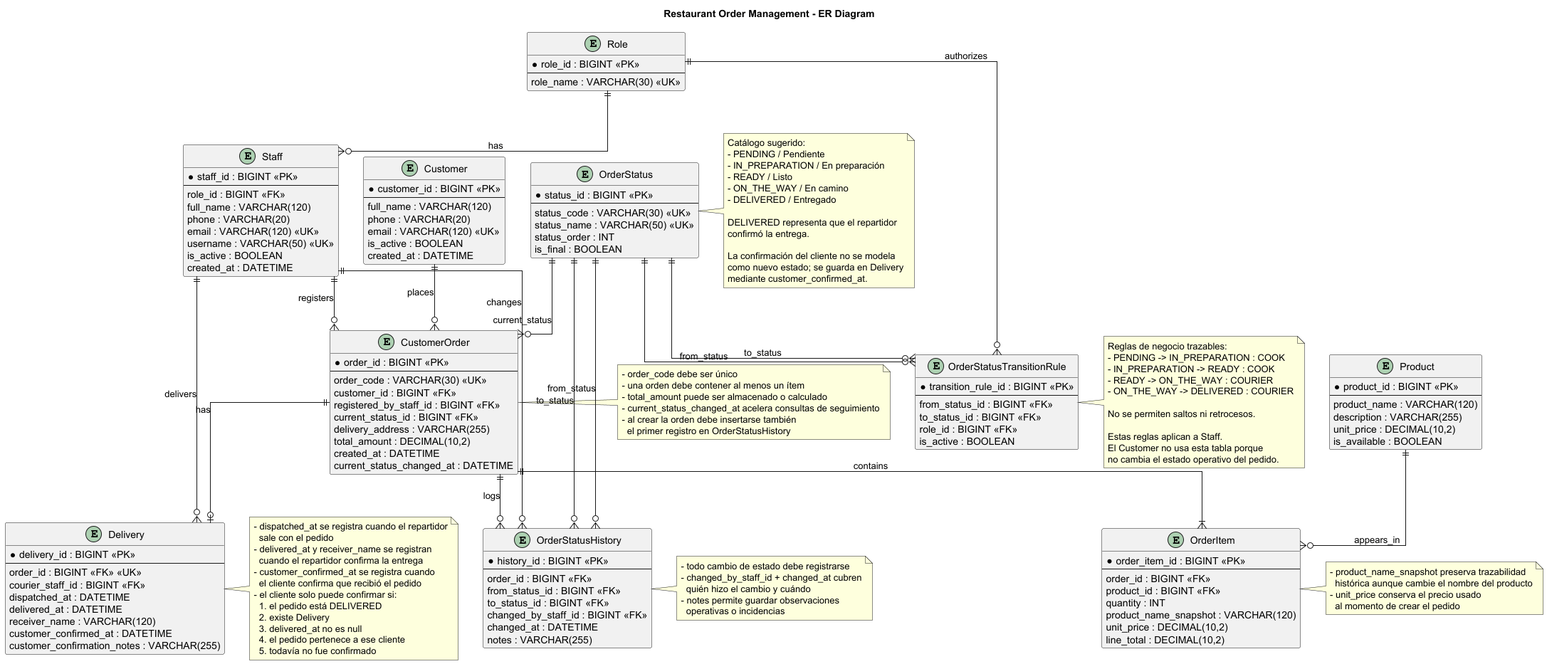
michael-lxndr/AP-first-bimester-project keeps this PlantUML diagram as assets/ER Diagram.png. Above is the earlier version.
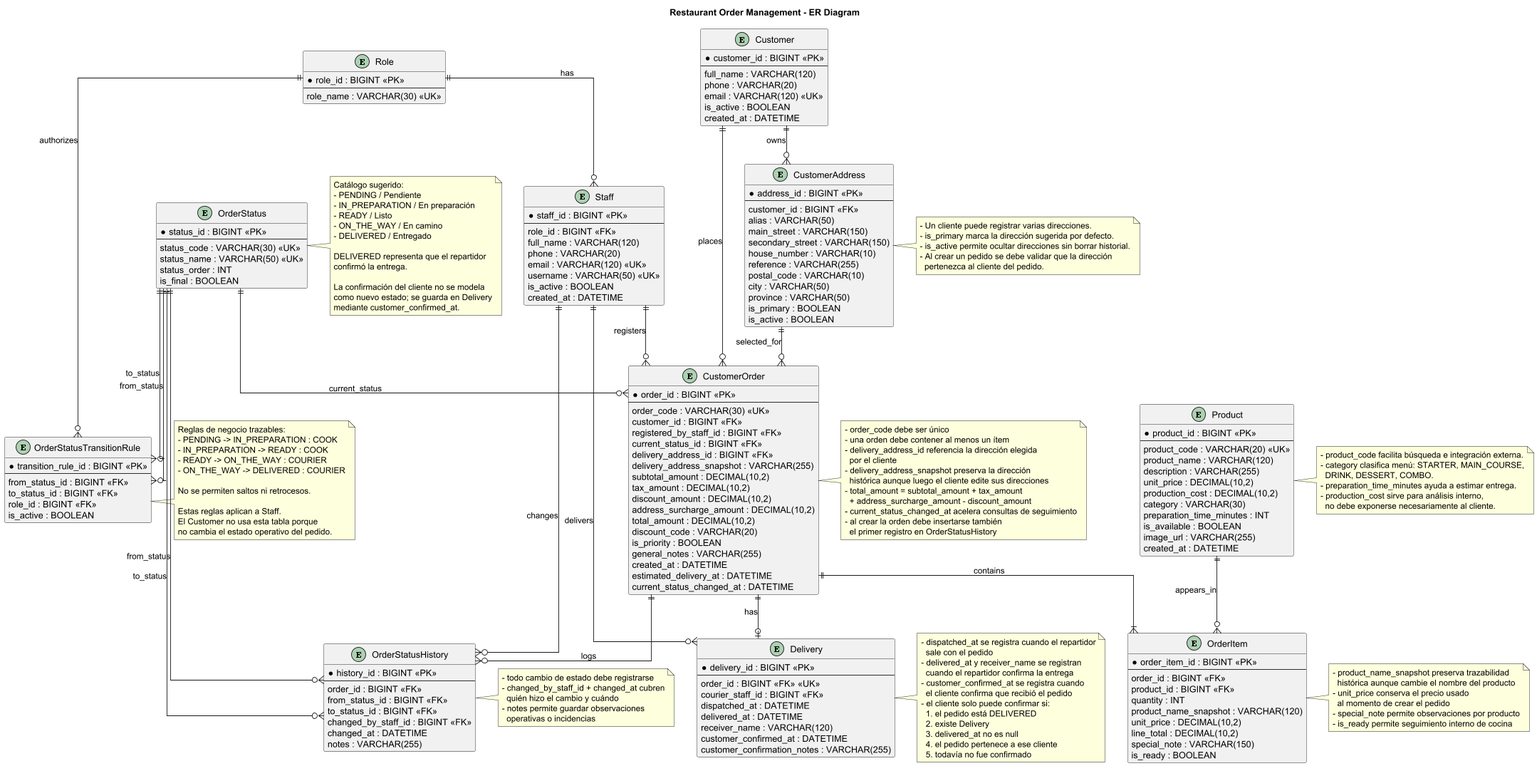
Later version of the same file.

Diff of the diagram source:
```diff
@@ -33,13 +33,35 @@
   created_at : DATETIME
 }
 
+entity "CustomerAddress" as CustomerAddress {
+  *address_id : BIGINT <<PK>>
+  --
+  customer_id : BIGINT <<FK>>
+  alias : VARCHAR(50)
+  main_street : VARCHAR(150)
+  secondary_street : VARCHAR(150)
+  house_number : VARCHAR(10)
+  reference : VARCHAR(255)
+  postal_code : VARCHAR(10)
+  city : VARCHAR(50)
+  province : VARCHAR(50)
+  is_primary : BOOLEAN
+  is_active : BOOLEAN
+}
+
 entity "Product" as Product {
   *product_id : BIGINT <<PK>>
   --
+  product_code : VARCHAR(20) <<UK>>
   product_name : VARCHAR(120)
   description : VARCHAR(255)
   unit_price : DECIMAL(10,2)
+  production_cost : DECIMAL(10,2)
+  category : VARCHAR(30)
+  preparation_time_minutes : INT
   is_available : BOOLEAN
+  image_url : VARCHAR(255)
+  created_at : DATETIME
 }
 
 entity "OrderStatus" as OrderStatus {
@@ -67,9 +89,18 @@
   customer_id : BIGINT <<FK>>
   registered_by_staff_id : BIGINT <<FK>>
   current_status_id : BIGINT <<FK>>
-  delivery_address : VARCHAR(255)
+  delivery_address_id : BIGINT <<FK>>
+  delivery_address_snapshot : VARCHAR(255)
+  subtotal_amount : DECIMAL(10,2)
+  tax_amount : DECIMAL(10,2)
+  discount_amount : DECIMAL(10,2)
+  address_surcharge_amount : DECIMAL(10,2)
   total_amount : DECIMAL(10,2)
+  discount_code : VARCHAR(20)
+  is_priority : BOOLEAN
+  general_notes : VARCHAR(255)
   created_at : DATETIME
+  estimated_delivery_at : DATETIME
   current_status_changed_at : DATETIME
 }
 
@@ -82,6 +113,8 @@
   product_name_snapshot : VARCHAR(120)
   unit_price : DECIMAL(10,2)
   line_total : DECIMAL(10,2)
+  special_note : VARCHAR(150)
+  is_ready : BOOLEAN
 }
 
 entity "OrderStatusHistory" as OrderStatusHistory {
@@ -111,6 +144,8 @@
 Role ||--o{ OrderStatusTransitionRule : authorizes
 
 Customer ||--o{ CustomerOrder : places
+Customer ||--o{ CustomerAddress : owns
+CustomerAddress ||--o{ CustomerOrder : selected_for
 
 Staff ||--o{ CustomerOrder : registers
 Staff ||--o{ OrderStatusHistory : changes
@@ -131,10 +166,32 @@
 note right of CustomerOrder
 - order_code debe ser único
 - una orden debe contener al menos un ítem
-- total_amount puede ser almacenado o calculado
+- delivery_address_id referencia la dirección elegida
+  por el cliente
+- delivery_address_snapshot preserva la dirección
+  histórica aunque luego el cliente edite sus direcciones
+- total_amount = subtotal_amount + tax_amount
+  + address_surcharge_amount - discount_amount
 - current_status_changed_at acelera consultas de seguimiento
 - al crear la orden debe insertarse también
   el primer registro en OrderStatusHistory
+end note
+
+note right of CustomerAddress
+- Un cliente puede registrar varias direcciones.
+- is_primary marca la dirección sugerida por defecto.
+- is_active permite ocultar direcciones sin borrar historial.
+- Al crear un pedido se debe validar que la dirección
+  pertenezca al cliente del pedido.
+end note
+
+note right of Product
+- product_code facilita búsqueda e integración externa.
+- category clasifica menú: STARTER, MAIN_COURSE,
+  DRINK, DESSERT, COMBO.
+- preparation_time_minutes ayuda a estimar entrega.
+- production_cost sirve para análisis interno,
+  no debe exponerse necesariamente al cliente.
 end note
 
 note right of OrderStatus
@@ -180,6 +237,8 @@
   histórica aunque cambie el nombre del producto
 - unit_price conserva el precio usado
   al momento de crear el pedido
+- special_note permite observaciones por producto
+- is_ready permite seguimiento interno de cocina
 end note
 
 note right of Delivery
```
